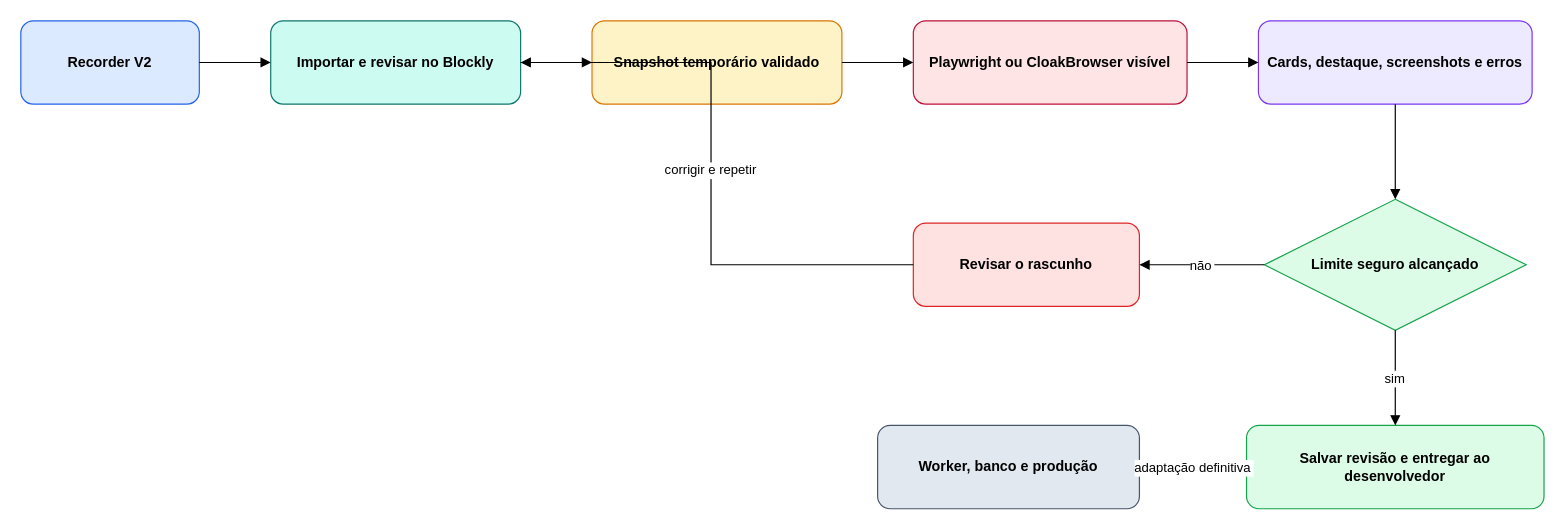
rodrigojager/RpaBlockly keeps this draw.io diagram as docs/diagramas/homologacao-assistida.drawio. Above is the earlier version. Source tidied: cells renumbered, new cells numbered last; positions are measured from the earlier drawing's top-left corner, leaving out a move shared by most shapes. Both pictures are drawn from the tidied source at 119%, with x=0, y=0 at pixel (20, 20).
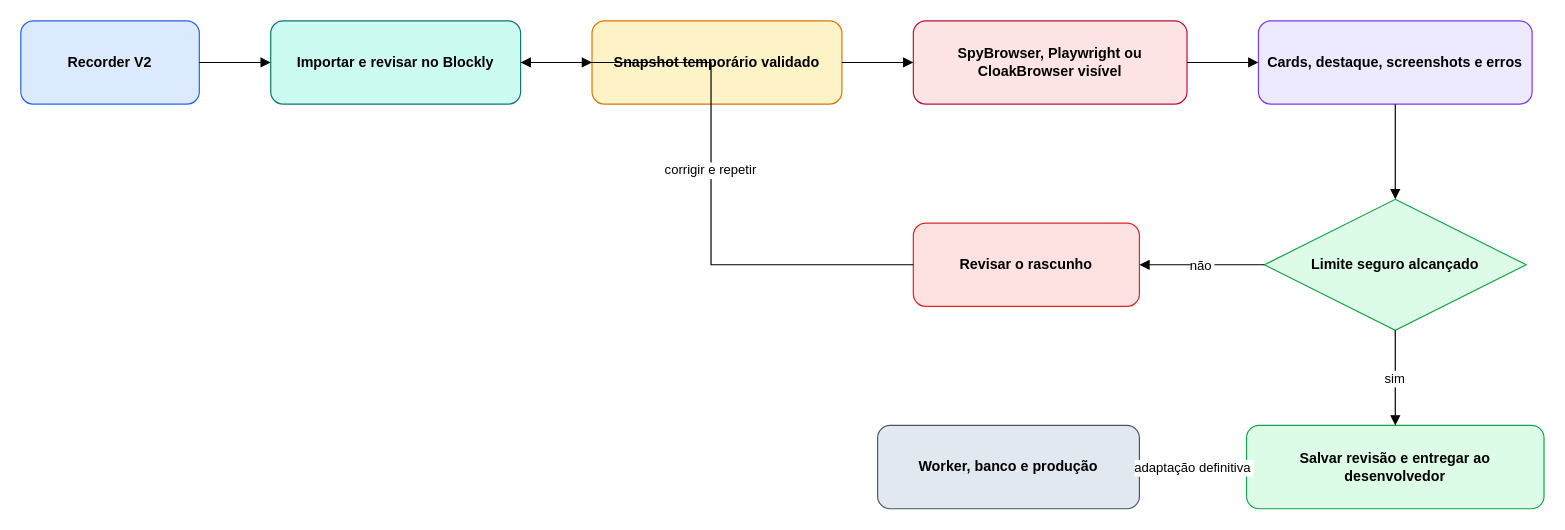
After the change.

The edit, as a diff of the source:
```diff
@@
-    <mxCell id="5" value="Playwright ou CloakBrowser visível" style="rounded=1;whiteSpace=wrap;html=0;fillColor=#ffe4e6;strokeColor=#be123c;fontStyle=1;" parent="1" vertex="1">
+    <mxCell id="5" value="SpyBrowser, Playwright ou CloakBrowser visível" style="rounded=1;whiteSpace=wrap;html=0;fillColor=#ffe4e6;strokeColor=#be123c;fontStyle=1;" parent="1" vertex="1">
       <mxGeometry x="750" width="230" height="70" as="geometry" />
     </mxCell>
```
